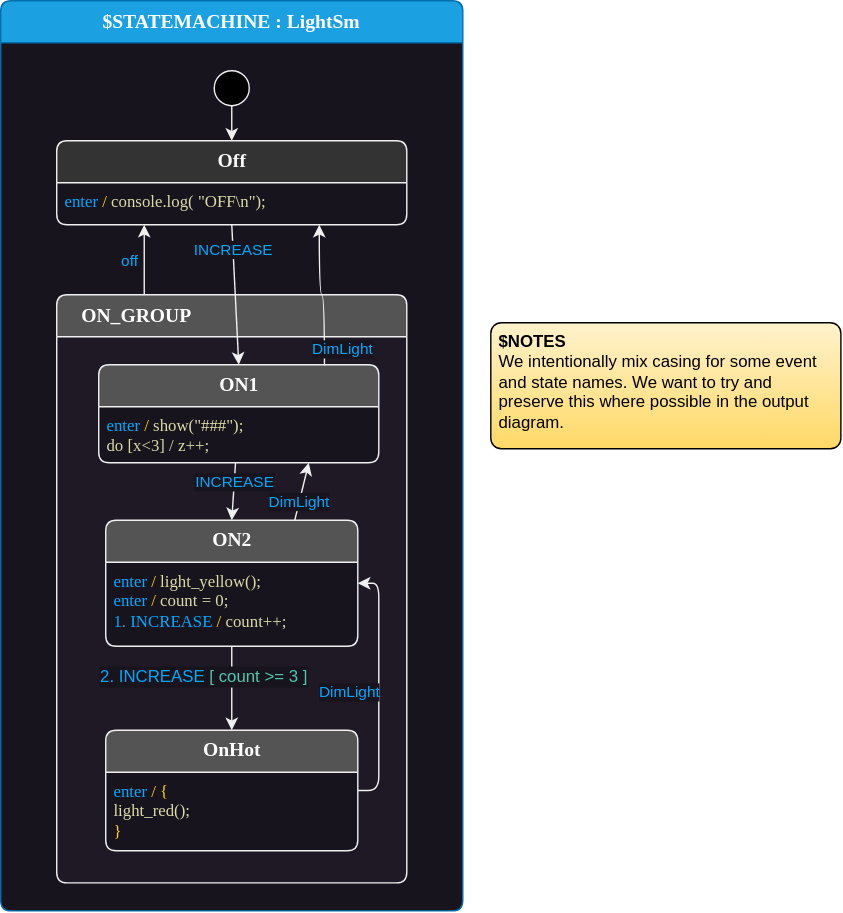
StateSmith/StateSmith keeps this draw.io diagram as src/StateSmithTest/Output/Sim/diagrams/LightSm.drawio.svg. Above is the earlier version. Source tidied: cells renumbered, new cells last; positions are measured from the earlier drawing's top-left corner, leaving out a move shared by most shapes.
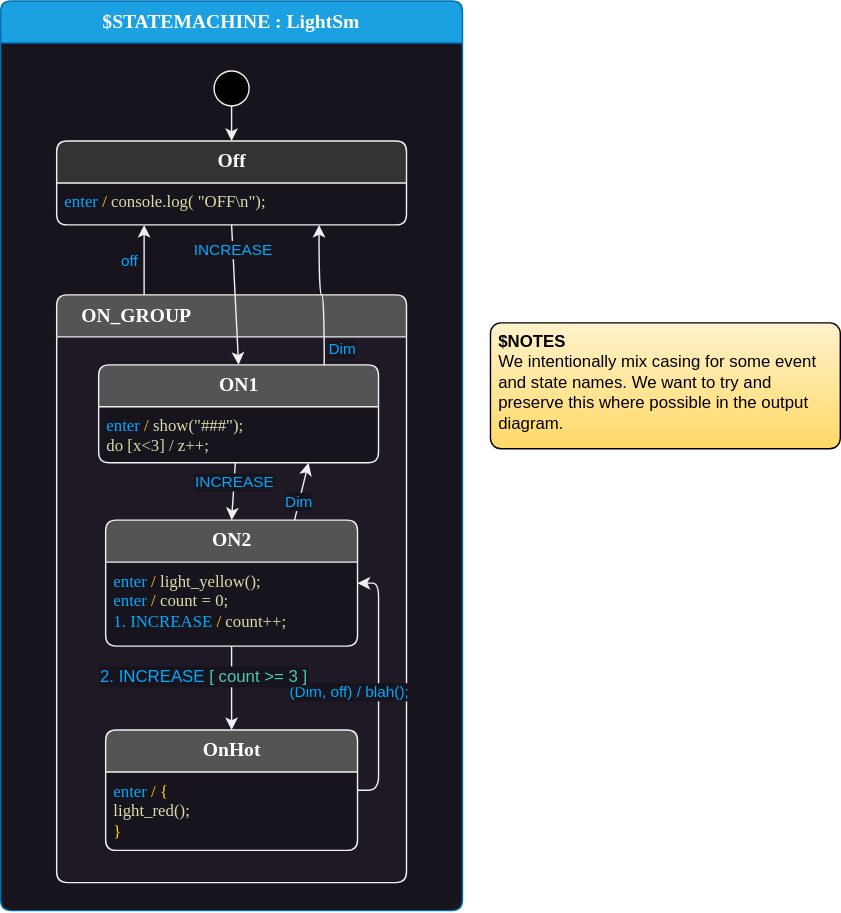
After the change.

Commit message:
test - simulator - add `(Dim, off)` trigger list to example diagram to make it easy to check simulator theme colors.

The edit, as a diff of the source:
```diff
@@ -17,13 +17,13 @@
     <mxCell id="6" value="&lt;font color=&quot;#00aaff&quot;&gt;enter&lt;/font&gt; &lt;font color=&quot;#ffd700&quot;&gt;/&lt;/font&gt; &lt;font color=&quot;#dcdcaa&quot;&gt;show(&quot;###&quot;);&lt;/font&gt;&lt;div&gt;&lt;font color=&quot;#dcdcaa&quot;&gt;do [x&amp;lt;3] / z++;&lt;/font&gt;&lt;/div&gt;" style="fontFamily=Lucida Console;align=left;verticalAlign=top;fillColor=none;gradientColor=none;strokeColor=none;rounded=0;spacingLeft=4;html=1;" parent="5" vertex="1">
       <mxGeometry y="30" width="170" height="40" as="geometry" />
     </mxCell>
-    <mxCell id="7" value="DimLight" style="edgeStyle=none;html=1;exitX=0.75;exitY=0;exitDx=0;exitDy=0;entryX=0.75;entryY=1;entryDx=0;entryDy=0;fontColor=#00AAFF;strokeColor=#F0F0F0;labelBackgroundColor=#18141D;" parent="3" edge="1" source="13" target="5">
+    <mxCell id="7" value="Dim" style="edgeStyle=none;html=1;exitX=0.75;exitY=0;exitDx=0;exitDy=0;entryX=0.75;entryY=1;entryDx=0;entryDy=0;fontColor=#00AAFF;strokeColor=#F0F0F0;labelBackgroundColor=#18141D;" parent="3" edge="1" source="13" target="5">
       <mxGeometry x="-0.33" relative="1" as="geometry" />
     </mxCell>
     <mxCell id="8" value="&lt;font&gt;INCREASE&lt;/font&gt;" style="edgeStyle=none;html=1;entryX=0.5;entryY=0;entryDx=0;entryDy=0;fontColor=#00AAFF;strokeColor=#F0F0F0;labelBackgroundColor=#18141D;" parent="3" edge="1" source="5" target="13">
       <mxGeometry x="-0.33" relative="1" as="geometry" />
     </mxCell>
-    <mxCell id="9" value="DimLight" style="html=1;exitX=1;exitY=0.5;exitDx=0;exitDy=0;entryX=1;entryY=0.5;entryDx=0;entryDy=0;strokeColor=#F0F0F0;fontColor=#00AAFF;labelBackgroundColor=#18141D;edgeStyle=orthogonalEdgeStyle;" parent="3" edge="1" source="10" target="13">
+    <mxCell id="9" value="(Dim, off) / blah();" style="html=1;exitX=1;exitY=0.5;exitDx=0;exitDy=0;entryX=1;entryY=0.5;entryDx=0;entryDy=0;strokeColor=#F0F0F0;fontColor=#00AAFF;labelBackgroundColor=#18141D;edgeStyle=orthogonalEdgeStyle;" parent="3" edge="1" source="10" target="13">
       <mxGeometry x="-0.05" y="21" relative="1" as="geometry">
         <Array as="points">
           <mxPoint x="230" y="354" />
@@ -66,7 +66,7 @@
         <mxPoint x="2" y="6" as="offset" />
       </mxGeometry>
     </mxCell>
-    <mxCell id="21" value="DimLight" style="edgeStyle=orthogonalEdgeStyle;html=1;exitX=0.806;exitY=0.007;exitDx=0;exitDy=0;exitPerimeter=0;fontColor=#00AAFF;entryX=0.75;entryY=1;entryDx=0;entryDy=0;strokeColor=#F0F0F0;labelBackgroundColor=#18141D;curved=1;" parent="2" edge="1" source="5" target="18">
+    <mxCell id="21" value="Dim" style="edgeStyle=orthogonalEdgeStyle;html=1;exitX=0.806;exitY=0.007;exitDx=0;exitDy=0;exitPerimeter=0;fontColor=#00AAFF;entryX=0.75;entryY=1;entryDx=0;entryDy=0;strokeColor=#F0F0F0;labelBackgroundColor=#18141D;curved=1;" parent="2" edge="1" source="5" target="18">
       <mxGeometry x="-0.78" y="-13" relative="1" as="geometry" />
     </mxCell>
     <mxCell id="22" value="INCREASE" style="edgeStyle=none;html=1;exitX=0.5;exitY=1;exitDx=0;exitDy=0;entryX=0.5;entryY=0;entryDx=0;entryDy=0;fontColor=#00AAFF;labelBackgroundColor=#18141D;strokeColor=#F0F0F0;" parent="2" edge="1" source="18" target="5">
```
